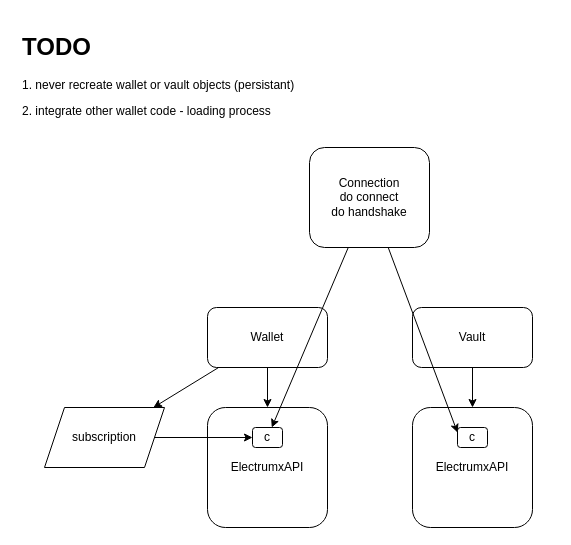
The draw.io diagram docs/diagrams/wallet.drawio in SatoriNetwork/Neuron, before the edit. Source tidied: cells renumbered, new cells numbered last; positions are measured from the earlier drawing's top-left corner, leaving out a move shared by most shapes. Both pictures are drawn from the tidied source at 100%, with x=0, y=0 at pixel (17, 27).
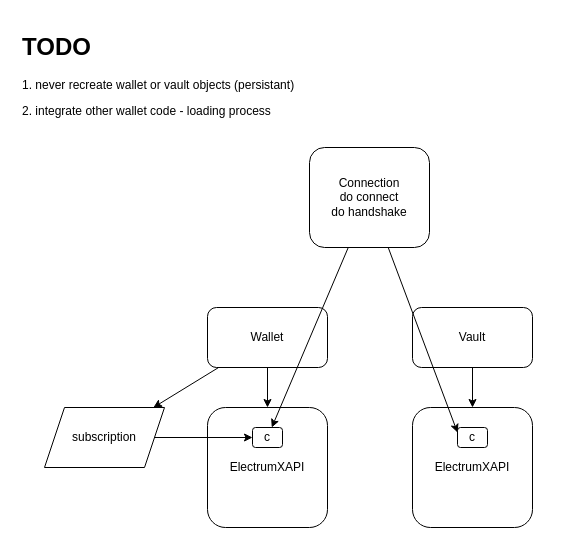
The same diagram, later.

The edit, as a diff of the source:
```diff
@@
 <mxGraphModel>
   <root>
     <mxCell id="0" />
     <mxCell id="1" parent="0" />
     <mxCell id="2" style="edgeStyle=none;html=1;" parent="1" edge="1" source="4" target="8">
       <mxGeometry relative="1" as="geometry" />
     </mxCell>
     <mxCell id="3" style="edgeStyle=none;html=1;" parent="1" edge="1" source="4" target="15">
       <mxGeometry relative="1" as="geometry" />
     </mxCell>
     <mxCell id="4" value="Wallet&lt;br&gt;" style="rounded=1;whiteSpace=wrap;html=1;" parent="1" vertex="1">
       <mxGeometry x="190" y="280" width="120" height="60" as="geometry" />
     </mxCell>
     <mxCell id="5" style="edgeStyle=none;html=1;" parent="1" edge="1" source="6" target="9">
       <mxGeometry relative="1" as="geometry" />
     </mxCell>
     <mxCell id="6" value="Vault" style="rounded=1;whiteSpace=wrap;html=1;" parent="1" vertex="1">
       <mxGeometry x="395" y="280" width="120" height="60" as="geometry" />
     </mxCell>
     <mxCell id="7" value="Connection&lt;br&gt;do connect&lt;br&gt;do handshake" style="rounded=1;whiteSpace=wrap;html=1;" parent="1" vertex="1">
       <mxGeometry x="292" y="120" width="120" height="100" as="geometry" />
     </mxCell>
-    <mxCell id="8" value="ElectrumxAPI" style="rounded=1;whiteSpace=wrap;html=1;" parent="1" vertex="1">
+    <mxCell id="8" value="ElectrumXAPI" style="rounded=1;whiteSpace=wrap;html=1;" parent="1" vertex="1">
       <mxGeometry x="190" y="380" width="120" height="120" as="geometry" />
     </mxCell>
-    <mxCell id="9" value="ElectrumxAPI" style="rounded=1;whiteSpace=wrap;html=1;" parent="1" vertex="1">
+    <mxCell id="9" value="ElectrumXAPI" style="rounded=1;whiteSpace=wrap;html=1;" parent="1" vertex="1">
       <mxGeometry x="395" y="380" width="120" height="120" as="geometry" />
     </mxCell>
     <mxCell id="10" value="c" style="rounded=1;whiteSpace=wrap;html=1;" parent="1" vertex="1">
       <mxGeometry x="235" y="400" width="30" height="20" as="geometry" />
     </mxCell>
     <mxCell id="11" value="c" style="rounded=1;whiteSpace=wrap;html=1;" parent="1" vertex="1">
       <mxGeometry x="440" y="400" width="30" height="20" as="geometry" />
     </mxCell>
     <mxCell id="12" style="edgeStyle=none;html=1;entryX=0;entryY=0.25;entryDx=0;entryDy=0;" parent="1" edge="1" source="7" target="11">
       <mxGeometry relative="1" as="geometry" />
     </mxCell>
     <mxCell id="13" style="edgeStyle=none;html=1;" parent="1" edge="1" source="7" target="10">
       <mxGeometry relative="1" as="geometry" />
     </mxCell>
     <mxCell id="14" style="edgeStyle=none;html=1;" parent="1" edge="1" source="15" target="10">
       <mxGeometry relative="1" as="geometry" />
     </mxCell>
     <mxCell id="15" value="subscription" style="shape=parallelogram;perimeter=parallelogramPerimeter;whiteSpace=wrap;html=1;fixedSize=1;" parent="1" vertex="1">
       <mxGeometry x="27" y="380" width="120" height="60" as="geometry" />
     </mxCell>
     <mxCell id="16" value="&lt;h1&gt;TODO&lt;/h1&gt;&lt;p&gt;&lt;span style=&quot;background-color: initial;&quot;&gt;1. never recreate wallet or vault objects (persistant)&lt;/span&gt;&lt;br&gt;&lt;/p&gt;&lt;p&gt;2. integrate other wallet code - loading process&lt;/p&gt;" style="text;html=1;strokeColor=none;fillColor=none;spacing=5;spacingTop=-20;whiteSpace=wrap;overflow=hidden;rounded=0;" parent="1" vertex="1">
       <mxGeometry width="537" height="120" as="geometry" />
     </mxCell>
   </root>
 </mxGraphModel>
```
